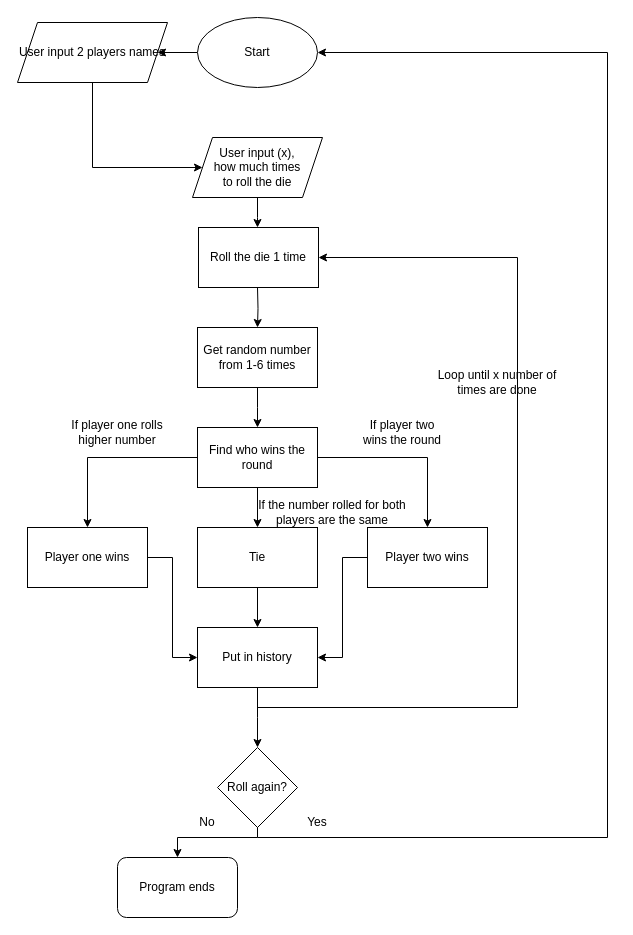
This is Untitled Diagram.drawio from staten-island-tech/create-task-AngelaW45, a draw.io file, before an edit. Source tidied: cells renumbered, new cells numbered last; positions are measured from the earlier drawing's top-left corner, leaving out a move shared by most shapes. Both pictures are drawn from the tidied source at 100%, with x=0, y=0 at pixel (17, 17).
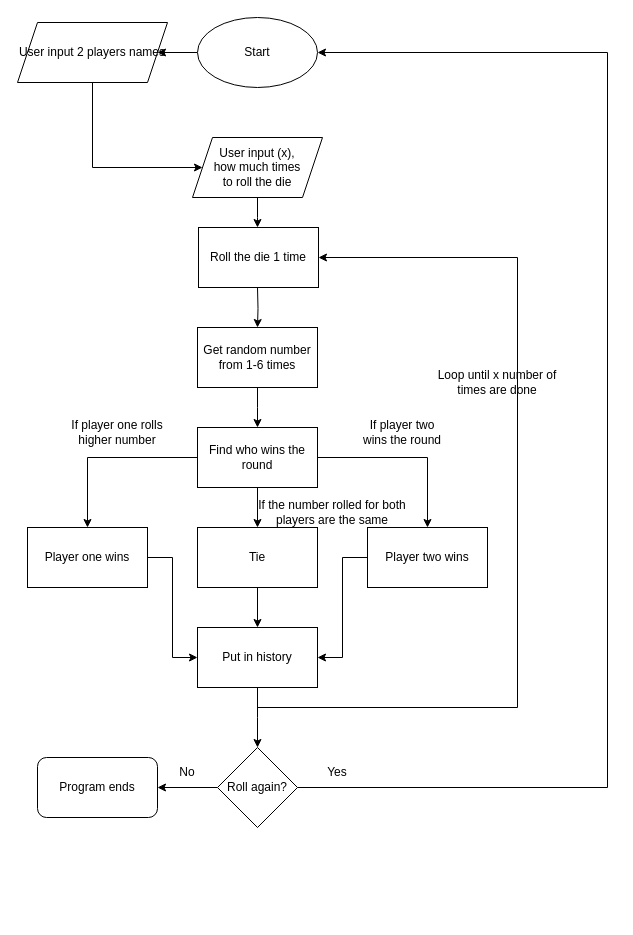
Above is the later version.

Unchanged cells that the change refers to:
```xml
<mxCell id="3" value="Start" style="ellipse;whiteSpace=wrap;html=1;" parent="1" vertex="1">
  <mxGeometry x="180" width="120" height="70" as="geometry" />
</mxCell>
<mxCell id="19" value="Roll again?" style="rhombus;whiteSpace=wrap;html=1;rounded=0;" parent="1" vertex="1">
  <mxGeometry x="200" y="730" width="80" height="80" as="geometry" />
</mxCell>
```

Diff of the diagram source:
```diff
@@
-    <mxCell id="17" style="edgeStyle=orthogonalEdgeStyle;rounded=0;orthogonalLoop=1;jettySize=auto;html=1;" parent="1" edge="1">
-      <mxGeometry relative="1" as="geometry">
-        <mxPoint x="240" y="790" as="sourcePoint" />
-        <mxPoint x="160" y="840" as="targetPoint" />
-        <Array as="points">
-          <mxPoint x="240" y="820" />
-          <mxPoint x="160" y="820" />
-        </Array>
-      </mxGeometry>
-    </mxCell>
-    <mxCell id="18" style="edgeStyle=orthogonalEdgeStyle;rounded=0;jettySize=auto;html=1;entryX=1;entryY=0.5;entryDx=0;entryDy=0;" parent="1" edge="1" target="3">
+    <mxCell id="18" style="edgeStyle=orthogonalEdgeStyle;rounded=0;jettySize=auto;html=1;entryX=1;entryY=0.5;entryDx=0;entryDy=0;exitX=1;exitY=0.5;exitDx=0;exitDy=0;" parent="1" edge="1" source="19" target="3">
       <mxGeometry relative="1" as="geometry">
-        <mxPoint x="240" y="820" as="sourcePoint" />
         <Array as="points">
-          <mxPoint x="240" y="820" />
-          <mxPoint x="590" y="820" />
+          <mxPoint x="590" y="770" />
           <mxPoint x="590" y="35" />
         </Array>
       </mxGeometry>
     </mxCell>
+    <mxCell id="36" style="edgeStyle=orthogonalEdgeStyle;rounded=0;jettySize=auto;html=1;" parent="1" edge="1" source="19">
+      <mxGeometry relative="1" as="geometry">
+        <mxPoint x="140" y="770" as="targetPoint" />
+      </mxGeometry>
+    </mxCell>
@@
     <mxCell id="20" value="Yes" style="text;strokeColor=none;align=center;fillColor=none;html=1;verticalAlign=middle;whiteSpace=wrap;rounded=0;" parent="1" vertex="1">
-      <mxGeometry x="270" y="790" width="60" height="30" as="geometry" />
+      <mxGeometry x="290" y="740" width="60" height="30" as="geometry" />
     </mxCell>
     <mxCell id="21" value="No" style="text;strokeColor=none;align=center;fillColor=none;html=1;verticalAlign=middle;whiteSpace=wrap;rounded=0;" parent="1" vertex="1">
-      <mxGeometry x="160" y="790" width="60" height="30" as="geometry" />
+      <mxGeometry x="140" y="740" width="60" height="30" as="geometry" />
     </mxCell>
-    <mxCell id="22" value="Program ends" style="rounded=1;whiteSpace=wrap;html=1;" parent="1" vertex="1">
-      <mxGeometry x="100" y="840" width="120" height="60" as="geometry" />
-    </mxCell>
@@
+    <mxCell id="22" value="Program ends" style="rounded=1;whiteSpace=wrap;html=1;" parent="1" vertex="1">
+      <mxGeometry x="20" y="740" width="120" height="60" as="geometry" />
+    </mxCell>
```
